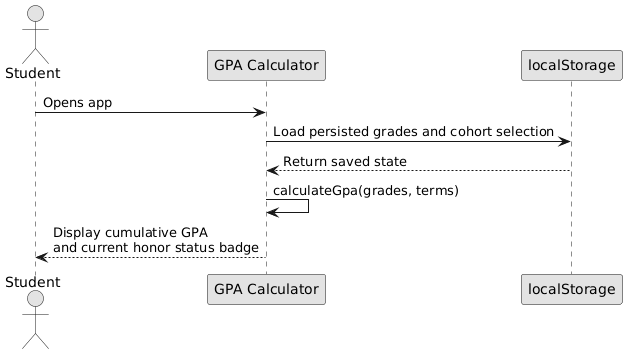
This is docs/media/images/scenario-1.png from Fernando-Pinto-Villarroel/gpa-calculator, a PlantUML export, as it was before one commit.
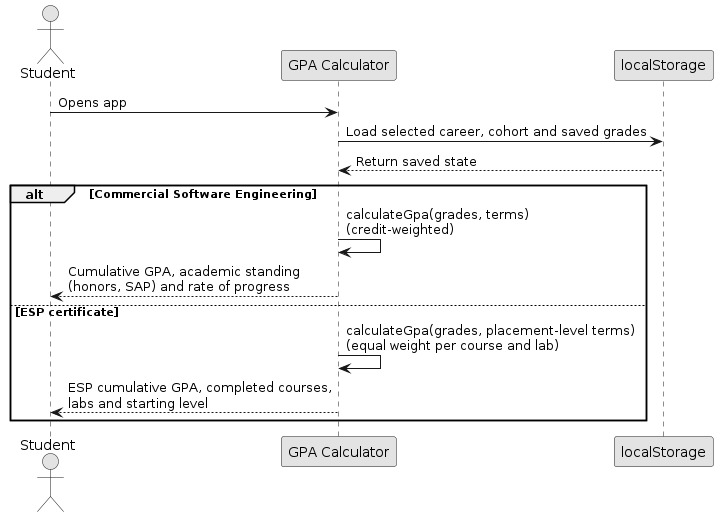
The same file after the commit.

What changed in the source:
```diff
@@ -1,4 +1,4 @@
-@startuml
+@startuml scenario-1
 skinparam monochrome true
 skinparam shadowing false
 
@@ -7,8 +7,13 @@
 participant "localStorage" as Store
 
 Student -> App : Opens app
-App -> Store : Load persisted grades and cohort selection
+App -> Store : Load selected career, cohort and saved grades
 Store --> App : Return saved state
-App -> App : calculateGpa(grades, terms)
-App --> Student : Display cumulative GPA\nand current honor status badge
+alt Commercial Software Engineering
+  App -> App : calculateGpa(grades, terms)\n(credit-weighted)
+  App --> Student : Cumulative GPA, academic standing\n(honors, SAP) and rate of progress
+else ESP certificate
+  App -> App : calculateGpa(grades, placement-level terms)\n(equal weight per course and lab)
+  App --> Student : ESP cumulative GPA, completed courses,\nlabs and starting level
+end
 @enduml
```
